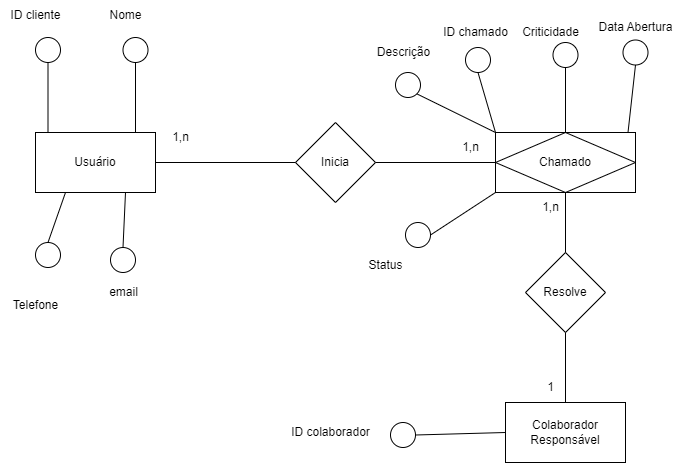
This is PraticaDois/Diagramas/SAEP_DER.png from Johann284/Simulado-SAEP, a draw.io export, as it was before one commit. Source tidied: cells renumbered, new cells last; positions are measured from the earlier drawing's top-left corner, leaving out a move shared by most shapes. The source it was exported from:
```xml
<mxGraphModel>
  <root>
    <mxCell id="0" />
    <mxCell id="1" parent="0" />
    <mxCell id="2" value="Usuário" style="rounded=0;whiteSpace=wrap;html=1;" parent="1" vertex="1">
      <mxGeometry x="35" y="132" width="120" height="60" as="geometry" />
    </mxCell>
    <mxCell id="3" value="Colaborador Responsável" style="rounded=0;whiteSpace=wrap;html=1;" parent="1" vertex="1">
      <mxGeometry x="505" y="402" width="120" height="60" as="geometry" />
    </mxCell>
    <mxCell id="4" value="Inicia" style="rhombus;whiteSpace=wrap;html=1;" parent="1" vertex="1">
      <mxGeometry x="295" y="122" width="80" height="80" as="geometry" />
    </mxCell>
    <mxCell id="5" value="Resolve" style="rhombus;whiteSpace=wrap;html=1;" parent="1" vertex="1">
      <mxGeometry x="525" y="252" width="80" height="80" as="geometry" />
    </mxCell>
    <mxCell id="6" style="endArrow=none;html=1;rounded=0;exitX=1;exitY=0.5;exitDx=0;exitDy=0;" parent="1" edge="1" source="2" target="4">
      <mxGeometry relative="1" as="geometry" />
    </mxCell>
    <mxCell id="7" style="endArrow=none;html=1;rounded=0;entryX=0;entryY=0.5;entryDx=0;entryDy=0;" parent="1" edge="1">
      <mxGeometry relative="1" as="geometry">
        <mxPoint x="375" y="162" as="sourcePoint" />
        <mxPoint x="505" y="162" as="targetPoint" />
      </mxGeometry>
    </mxCell>
    <mxCell id="8" style="endArrow=none;html=1;rounded=0;entryX=0.5;entryY=1;entryDx=0;entryDy=0;" parent="1" edge="1" source="5">
      <mxGeometry relative="1" as="geometry">
        <mxPoint x="565" y="192" as="targetPoint" />
      </mxGeometry>
    </mxCell>
    <mxCell id="9" style="endArrow=none;html=1;rounded=0;entryX=0.5;entryY=1;entryDx=0;entryDy=0;exitX=0.5;exitY=0;exitDx=0;exitDy=0;" parent="1" edge="1" source="3" target="5">
      <mxGeometry relative="1" as="geometry" />
    </mxCell>
    <mxCell id="10" value="1,n" style="text;html=1;align=center;verticalAlign=middle;strokeColor=none;fillColor=none;" parent="1" vertex="1">
      <mxGeometry x="160" y="122" width="40" height="30" as="geometry" />
    </mxCell>
    <mxCell id="11" value="1,n" style="text;html=1;align=center;verticalAlign=middle;strokeColor=none;fillColor=none;" parent="1" vertex="1">
      <mxGeometry x="450" y="132" width="40" height="30" as="geometry" />
    </mxCell>
    <mxCell id="12" value="1" style="text;html=1;align=center;verticalAlign=middle;strokeColor=none;fillColor=none;" parent="1" vertex="1">
      <mxGeometry x="535" y="372" width="30" height="30" as="geometry" />
    </mxCell>
    <mxCell id="13" value="1,n" style="text;html=1;align=center;verticalAlign=middle;strokeColor=none;fillColor=none;" parent="1" vertex="1">
      <mxGeometry x="530" y="192" width="40" height="30" as="geometry" />
    </mxCell>
    <mxCell id="14" value="Chamado" style="shape=associativeEntity;whiteSpace=wrap;html=1;align=center;" parent="1" vertex="1">
      <mxGeometry x="495" y="132" width="140" height="60" as="geometry" />
    </mxCell>
    <mxCell id="15" style="ellipse;whiteSpace=wrap;html=1;" parent="1" vertex="1">
      <mxGeometry x="35" y="37" width="25" height="25" as="geometry" />
    </mxCell>
    <mxCell id="16" style="endArrow=none;html=1;rounded=0;exitX=0.5;exitY=1;exitDx=0;exitDy=0;" parent="1" edge="1" source="15">
      <mxGeometry relative="1" as="geometry">
        <mxPoint x="47.5" y="132" as="targetPoint" />
      </mxGeometry>
    </mxCell>
    <mxCell id="17" value="ID cliente" style="text;html=1;align=center;verticalAlign=middle;strokeColor=none;fillColor=none;" parent="1" vertex="1">
      <mxGeometry width="70" height="30" as="geometry" />
    </mxCell>
    <mxCell id="18" style="ellipse;whiteSpace=wrap;html=1;" parent="1" vertex="1">
      <mxGeometry x="110" y="247" width="25" height="25" as="geometry" />
    </mxCell>
    <mxCell id="19" style="endArrow=none;html=1;rounded=0;exitX=0.5;exitY=0;exitDx=0;exitDy=0;entryX=0.75;entryY=1;entryDx=0;entryDy=0;" parent="1" edge="1" source="18" target="2">
      <mxGeometry relative="1" as="geometry" />
    </mxCell>
    <mxCell id="20" value="email" style="text;html=1;align=center;verticalAlign=middle;strokeColor=none;fillColor=none;" parent="1" vertex="1">
      <mxGeometry x="97.5" y="277" width="50" height="30" as="geometry" />
    </mxCell>
    <mxCell id="21" style="ellipse;whiteSpace=wrap;html=1;" parent="1" vertex="1">
      <mxGeometry x="465" y="47" width="25" height="25" as="geometry" />
    </mxCell>
    <mxCell id="22" style="endArrow=none;html=1;rounded=0;exitX=0.5;exitY=1;exitDx=0;exitDy=0;entryX=0;entryY=0;entryDx=0;entryDy=0;" parent="1" edge="1" source="21" target="14">
      <mxGeometry relative="1" as="geometry" />
    </mxCell>
    <mxCell id="23" value="ID chamado" style="text;html=1;align=center;verticalAlign=middle;strokeColor=none;fillColor=none;" parent="1" vertex="1">
      <mxGeometry x="430" y="17" width="90" height="30" as="geometry" />
    </mxCell>
    <mxCell id="24" style="ellipse;whiteSpace=wrap;html=1;" parent="1" vertex="1">
      <mxGeometry x="552.5" y="42" width="25" height="25" as="geometry" />
    </mxCell>
    <mxCell id="25" style="endArrow=none;html=1;rounded=0;exitX=0.5;exitY=1;exitDx=0;exitDy=0;entryX=0.5;entryY=0;entryDx=0;entryDy=0;" parent="1" edge="1" source="24" target="14">
      <mxGeometry relative="1" as="geometry" />
    </mxCell>
    <mxCell id="26" value="Criticidade" style="text;html=1;align=center;verticalAlign=middle;strokeColor=none;fillColor=none;" parent="1" vertex="1">
      <mxGeometry x="510" y="17" width="80" height="30" as="geometry" />
    </mxCell>
    <mxCell id="27" style="ellipse;whiteSpace=wrap;html=1;" parent="1" vertex="1">
      <mxGeometry x="405" y="222" width="25" height="25" as="geometry" />
    </mxCell>
    <mxCell id="28" style="endArrow=none;html=1;rounded=0;exitX=1;exitY=0.5;exitDx=0;exitDy=0;entryX=0;entryY=1;entryDx=0;entryDy=0;" parent="1" edge="1" source="27" target="14">
      <mxGeometry relative="1" as="geometry" />
    </mxCell>
    <mxCell id="29" value="Status" style="text;html=1;align=center;verticalAlign=middle;strokeColor=none;fillColor=none;" parent="1" vertex="1">
      <mxGeometry x="355" y="250" width="60" height="30" as="geometry" />
    </mxCell>
    <mxCell id="30" style="ellipse;whiteSpace=wrap;html=1;" parent="1" vertex="1">
      <mxGeometry x="395" y="72" width="25" height="25" as="geometry" />
    </mxCell>
    <mxCell id="31" style="endArrow=none;html=1;rounded=0;exitX=1;exitY=1;exitDx=0;exitDy=0;entryX=0;entryY=0;entryDx=0;entryDy=0;" parent="1" edge="1" source="30" target="14">
      <mxGeometry relative="1" as="geometry" />
    </mxCell>
    <mxCell id="32" value="Descrição" style="text;html=1;align=center;verticalAlign=middle;strokeColor=none;fillColor=none;" parent="1" vertex="1">
      <mxGeometry x="362.5" y="37" width="80" height="30" as="geometry" />
    </mxCell>
    <mxCell id="33" style="ellipse;whiteSpace=wrap;html=1;" parent="1" vertex="1">
      <mxGeometry x="390" y="422" width="25" height="25" as="geometry" />
    </mxCell>
    <mxCell id="34" style="endArrow=none;html=1;rounded=0;exitX=1;exitY=0.5;exitDx=0;exitDy=0;entryX=0;entryY=0.5;entryDx=0;entryDy=0;" parent="1" edge="1" source="33" target="3">
      <mxGeometry relative="1" as="geometry" />
    </mxCell>
    <mxCell id="35" value="ID colaborador" style="text;html=1;align=center;verticalAlign=middle;strokeColor=none;fillColor=none;" parent="1" vertex="1">
      <mxGeometry x="280" y="417" width="100" height="30" as="geometry" />
    </mxCell>
    <mxCell id="36" style="ellipse;whiteSpace=wrap;html=1;" parent="1" vertex="1">
      <mxGeometry x="622.5" y="39.5" width="25" height="25" as="geometry" />
    </mxCell>
    <mxCell id="37" style="endArrow=none;html=1;rounded=0;exitX=0.5;exitY=1;exitDx=0;exitDy=0;" parent="1" edge="1" source="36">
      <mxGeometry relative="1" as="geometry">
        <mxPoint x="627.5" y="132" as="targetPoint" />
      </mxGeometry>
    </mxCell>
    <mxCell id="38" value="Data Abertura" style="text;html=1;align=center;verticalAlign=middle;strokeColor=none;fillColor=none;" parent="1" vertex="1">
      <mxGeometry x="585" y="12" width="100" height="30" as="geometry" />
    </mxCell>
    <mxCell id="39" style="ellipse;whiteSpace=wrap;html=1;" parent="1" vertex="1">
      <mxGeometry x="35" y="242" width="25" height="25" as="geometry" />
    </mxCell>
    <mxCell id="40" style="endArrow=none;html=1;rounded=0;exitX=0.5;exitY=0;exitDx=0;exitDy=0;entryX=0.25;entryY=1;entryDx=0;entryDy=0;" parent="1" edge="1" source="39" target="2">
      <mxGeometry relative="1" as="geometry" />
    </mxCell>
    <mxCell id="41" value="Telefone" style="text;html=1;align=center;verticalAlign=middle;strokeColor=none;fillColor=none;" parent="1" vertex="1">
      <mxGeometry y="290" width="70" height="30" as="geometry" />
    </mxCell>
    <mxCell id="42" style="ellipse;whiteSpace=wrap;html=1;" parent="1" vertex="1">
      <mxGeometry x="122.5" y="37" width="25" height="25" as="geometry" />
    </mxCell>
    <mxCell id="43" style="endArrow=none;html=1;rounded=0;exitX=0.5;exitY=1;exitDx=0;exitDy=0;" parent="1" edge="1" source="42">
      <mxGeometry relative="1" as="geometry">
        <mxPoint x="135" y="132" as="targetPoint" />
      </mxGeometry>
    </mxCell>
    <mxCell id="44" value="Nome" style="text;html=1;align=center;verticalAlign=middle;strokeColor=none;fillColor=none;" parent="1" vertex="1">
      <mxGeometry x="95" width="60" height="30" as="geometry" />
    </mxCell>
  </root>
</mxGraphModel>
```
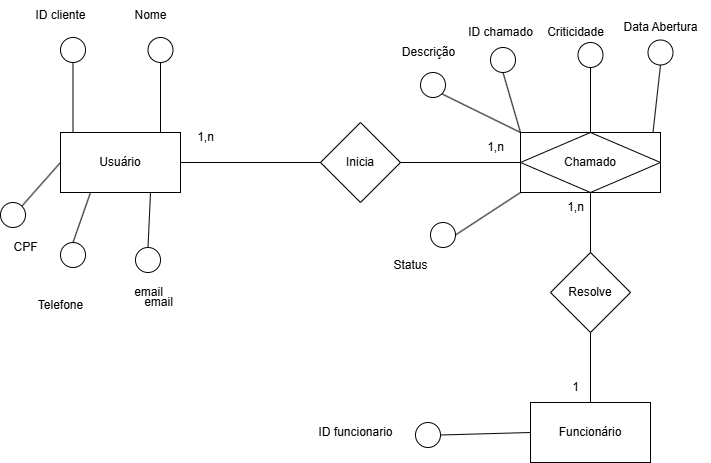
The same file after the commit.

The edit, as a diff of the source:
```diff
@@ -5,7 +5,7 @@
     <mxCell id="2" value="Usuário" style="rounded=0;whiteSpace=wrap;html=1;" parent="1" vertex="1">
       <mxGeometry x="35" y="132" width="120" height="60" as="geometry" />
     </mxCell>
-    <mxCell id="3" value="Colaborador Responsável" style="rounded=0;whiteSpace=wrap;html=1;" parent="1" vertex="1">
+    <mxCell id="3" value="Funcionário" style="rounded=0;whiteSpace=wrap;html=1;" parent="1" vertex="1">
       <mxGeometry x="505" y="402" width="120" height="60" as="geometry" />
     </mxCell>
     <mxCell id="4" value="Inicia" style="rhombus;whiteSpace=wrap;html=1;" parent="1" vertex="1">
@@ -108,7 +108,7 @@
     <mxCell id="34" style="endArrow=none;html=1;rounded=0;exitX=1;exitY=0.5;exitDx=0;exitDy=0;entryX=0;entryY=0.5;entryDx=0;entryDy=0;" parent="1" edge="1" source="33" target="3">
       <mxGeometry relative="1" as="geometry" />
     </mxCell>
-    <mxCell id="35" value="ID colaborador" style="text;html=1;align=center;verticalAlign=middle;strokeColor=none;fillColor=none;" parent="1" vertex="1">
+    <mxCell id="35" value="ID funcionario" style="text;html=1;align=center;verticalAlign=middle;strokeColor=none;fillColor=none;" parent="1" vertex="1">
       <mxGeometry x="280" y="417" width="100" height="30" as="geometry" />
     </mxCell>
     <mxCell id="36" style="ellipse;whiteSpace=wrap;html=1;" parent="1" vertex="1">
@@ -142,5 +142,17 @@
     <mxCell id="44" value="Nome" style="text;html=1;align=center;verticalAlign=middle;strokeColor=none;fillColor=none;" parent="1" vertex="1">
       <mxGeometry x="95" width="60" height="30" as="geometry" />
     </mxCell>
+    <mxCell id="45" style="ellipse;whiteSpace=wrap;html=1;" parent="1" vertex="1">
+      <mxGeometry x="-25" y="202" width="25" height="25" as="geometry" />
+    </mxCell>
+    <mxCell id="46" style="endArrow=none;html=1;rounded=0;exitX=1;exitY=0;exitDx=0;exitDy=0;entryX=0;entryY=0.5;entryDx=0;entryDy=0;" parent="1" edge="1" source="45" target="2">
+      <mxGeometry relative="1" as="geometry" />
+    </mxCell>
+    <mxCell id="47" value="email" style="text;html=1;align=center;verticalAlign=middle;strokeColor=none;fillColor=none;" parent="1" vertex="1">
+      <mxGeometry x="107.5" y="287" width="50" height="30" as="geometry" />
+    </mxCell>
+    <mxCell id="48" value="CPF" style="text;html=1;align=center;verticalAlign=middle;strokeColor=none;fillColor=none;" parent="1" vertex="1">
+      <mxGeometry x="-25" y="232" width="50" height="30" as="geometry" />
+    </mxCell>
   </root>
 </mxGraphModel>
```
